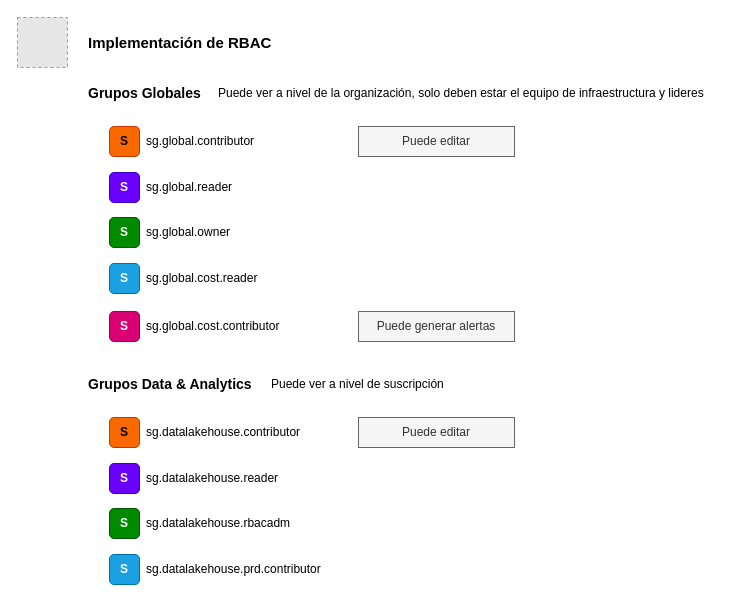
Above: page "Roles" (5 of 6) of Arquitectura Azure.drawio in jcdiazz/Diagramas (draw.io), before the change. Source tidied: cells renumbered, new cells numbered last; positions are measured from the earlier drawing's top-left corner, leaving out a move shared by most shapes. Both pictures are drawn from the tidied source at 100%, with x=0, y=0 at pixel (17, 17). Pictures stored in the file or linked from it are replaced by grey dashed boxes.
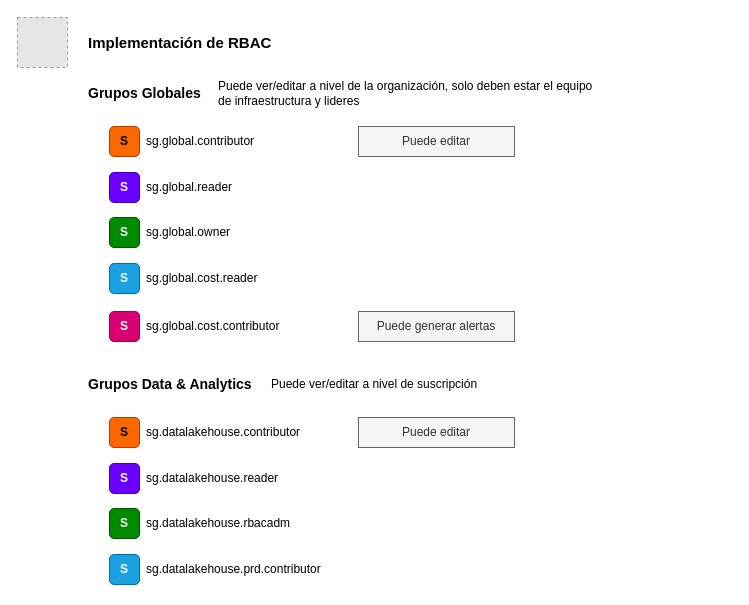
The same page after the edit.

Diff of the diagram source:
```diff
@@
-    <mxCell id="38" value="Puede ver a nivel de la organización, solo deben estar el equipo de infraestructura y lideres" style="text;html=1;align=left;verticalAlign=middle;whiteSpace=wrap;rounded=0;" parent="1" vertex="1">
-      <mxGeometry x="199" y="61" width="515" height="30" as="geometry" />
+    <mxCell id="38" value="Puede ver/editar a nivel de la organización, solo deben estar el equipo de infraestructura y lideres" style="text;html=1;align=left;verticalAlign=middle;whiteSpace=wrap;rounded=0;" parent="1" vertex="1">
+      <mxGeometry x="199" y="61" width="389" height="30" as="geometry" />
     </mxCell>
-    <mxCell id="39" value="Puede ver a nivel de suscripción&amp;nbsp;" style="text;html=1;align=left;verticalAlign=middle;whiteSpace=wrap;rounded=0;" parent="1" vertex="1">
+    <mxCell id="39" value="Puede ver/editar a nivel de suscripción&amp;nbsp;" style="text;html=1;align=left;verticalAlign=middle;whiteSpace=wrap;rounded=0;" parent="1" vertex="1">
       <mxGeometry x="252" y="352" width="259" height="30" as="geometry" />
     </mxCell>
```
